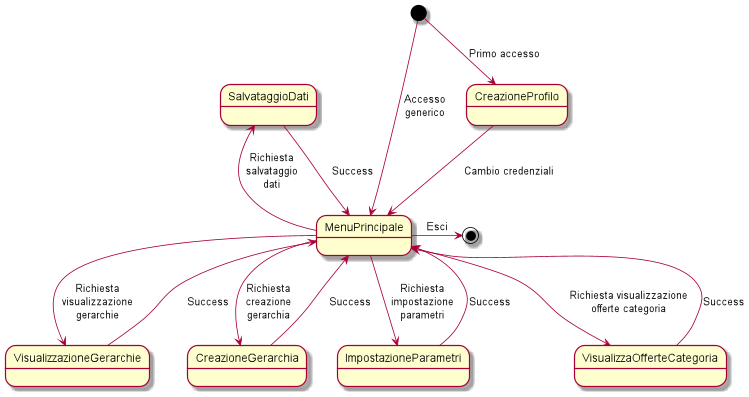
The PlantUML diagram images/imagesV3/State Diagram Configuratore - Versione 3.0.png in eletoo/inge_del_software, before a commit.
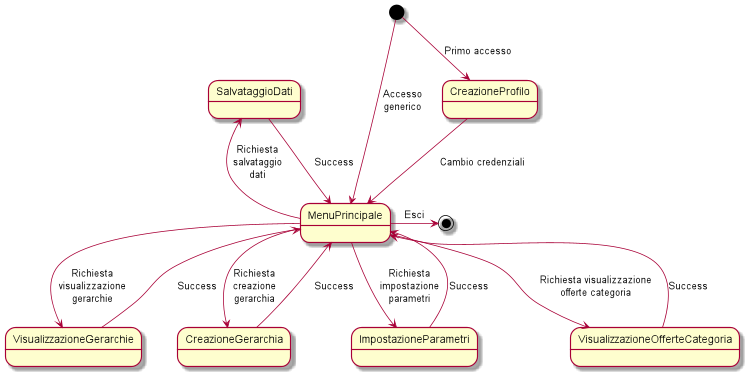
The same diagram one commit later.

What changed in the source:
```diff
@@ -11,8 +11,8 @@
 CreazioneGerarchia --> MenuPrincipale: Success
 MenuPrincipale --> ImpostazioneParametri: Richiesta\nimpostazione\nparametri
 ImpostazioneParametri --> MenuPrincipale: Success
-VisualizzaOfferteCategoria --> MenuPrincipale: Success
-MenuPrincipale --> VisualizzaOfferteCategoria: Richiesta visualizzazione\nofferte categoria
+VisualizzazioneOfferteCategoria --> MenuPrincipale: Success
+MenuPrincipale --> VisualizzazioneOfferteCategoria: Richiesta visualizzazione\nofferte categoria
 
 MenuPrincipale -right-> [*]: Esci
 
```
